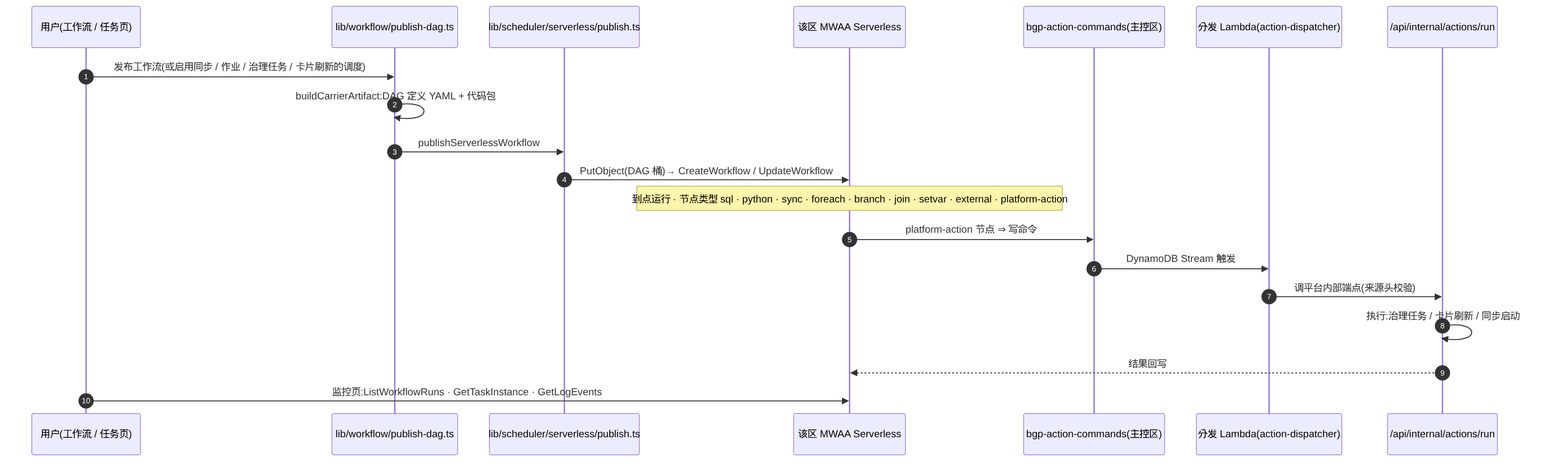
This is docs/diagrams/mr-flow-scheduling.png from aws-samples/sample-kingfisher, a Mermaid export, as it was before one commit. Its source is kept beside it as docs/diagrams/src/mr-flow-scheduling.mmd.
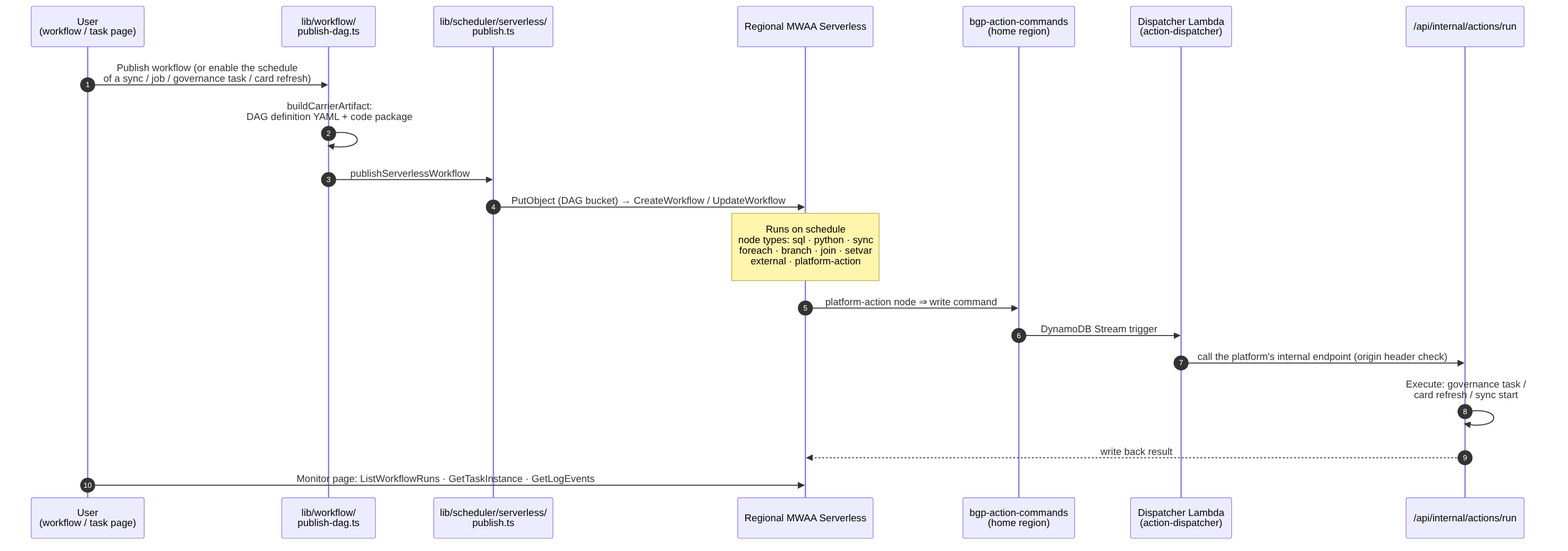
After the change.

What changed in the source:
```diff
@@ -1,20 +1,21 @@
+%%{init: {"sequence": {"wrapPadding": 18, "noteMargin": 20}}}%%
 sequenceDiagram
   autonumber
-  participant U as 用户(工作流 / 任务页)
-  participant P as lib/workflow/publish-dag.ts
-  participant SL as lib/scheduler/serverless/publish.ts
-  participant MW as 该区 MWAA Serverless
-  participant CMD as bgp-action-commands(主控区)
-  participant DL as 分发 Lambda(action-dispatcher)
+  participant U as User<br/>(workflow / task page)
+  participant P as lib/workflow/<br/>publish-dag.ts
+  participant SL as lib/scheduler/serverless/<br/>publish.ts
+  participant MW as Regional MWAA Serverless
+  participant CMD as bgp-action-commands<br/>(home region)
+  participant DL as Dispatcher Lambda<br/>(action-dispatcher)
   participant IN as /api/internal/actions/run
-  U->>P: 发布工作流(或启用同步 / 作业 / 治理任务 / 卡片刷新的调度)
-  P->>P: buildCarrierArtifact:DAG 定义 YAML + 代码包
+  U->>P: Publish workflow (or enable the schedule<br/>of a sync / job / governance task / card refresh)
+  P->>P: buildCarrierArtifact:<br/>DAG definition YAML + code package<br/>
   P->>SL: publishServerlessWorkflow
-  SL->>MW: PutObject(DAG 桶)→ CreateWorkflow / UpdateWorkflow
-  Note over MW: 到点运行 · 节点类型 sql · python · sync · foreach · branch · join · setvar · external · platform-action
-  MW->>CMD: platform-action 节点 ⇒ 写命令
-  CMD->>DL: DynamoDB Stream 触发
-  DL->>IN: 调平台内部端点(来源头校验)
-  IN->>IN: 执行:治理任务 / 卡片刷新 / 同步启动
-  IN-->>MW: 结果回写
-  U->>MW: 监控页:ListWorkflowRuns · GetTaskInstance · GetLogEvents
+  SL->>MW: PutObject (DAG bucket) → CreateWorkflow / UpdateWorkflow
+  Note over MW: Runs on schedule<br/>node types: sql · python · sync<br/>foreach · branch · join · setvar<br/>external · platform-action
+  MW->>CMD: platform-action node ⇒ write command
+  CMD->>DL: DynamoDB Stream trigger
+  DL->>IN: call the platform's internal endpoint (origin header check)
+  IN->>IN: Execute: governance task /<br/>card refresh / sync start<br/>
+  IN-->>MW: write back result
+  U->>MW: Monitor page: ListWorkflowRuns · GetTaskInstance · GetLogEvents
```
